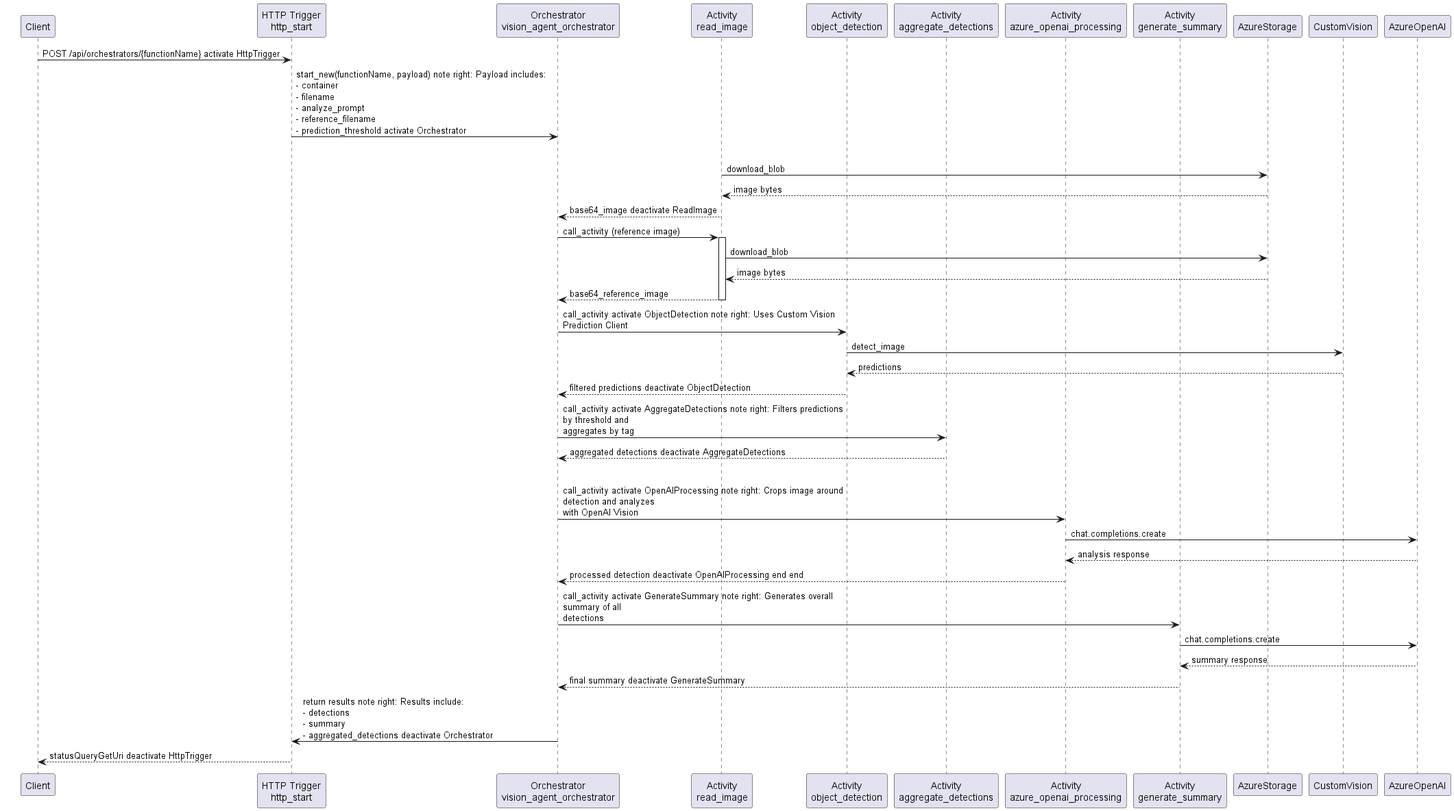
Above: function_app-deq-diag.png in embergershared/azure-ai-vision-agent-floorplans (PlantUML), before the change. Its diagram source:
```plantuml
@startuml

participant Client
participant "HTTP Trigger\nhttp_start" as HttpTrigger
participant "Orchestrator\nvision_agent_orchestrator" as Orchestrator
participant "Activity\nread_image" as ReadImage
participant "Activity\nobject_detection" as ObjectDetection
participant "Activity\naggregate_detections" as AggregateDetections
participant "Activity\nazure_openai_processing" as OpenAIProcessing
participant "Activity\ngenerate_summary" as GenerateSummary
participant AzureStorage
participant CustomVision
participant AzureOpenAI

Client -> HttpTrigger: POST /api/orchestrators/{functionName} activate HttpTrigger

HttpTrigger -> Orchestrator: start_new(functionName, payload) note right: Payload includes:\n- container\n- filename\n- analyze_prompt\n- reference_filename\n- prediction_threshold activate Orchestrator

par Read Images in Parallel Orchestrator -> ReadImage: call_activity (main image) activate ReadImage
ReadImage -> AzureStorage: download_blob
ReadImage <-- AzureStorage: image bytes
ReadImage --> Orchestrator: base64_image deactivate ReadImage

Orchestrator -> ReadImage: call_activity (reference image)
activate ReadImage
ReadImage -> AzureStorage: download_blob
ReadImage <-- AzureStorage: image bytes
ReadImage --> Orchestrator: base64_reference_image
deactivate ReadImage

Orchestrator -> ObjectDetection: call_activity activate ObjectDetection note right: Uses Custom Vision\nPrediction Client
ObjectDetection -> CustomVision: detect_image
ObjectDetection <-- CustomVision: predictions
Orchestrator <-- ObjectDetection: filtered predictions deactivate ObjectDetection

Orchestrator -> AggregateDetections: call_activity activate AggregateDetections note right: Filters predictions\nby threshold and\naggregates by tag
Orchestrator <-- AggregateDetections: aggregated detections deactivate AggregateDetections

par Process Detections in Parallel loop For each detection above threshold
Orchestrator -> OpenAIProcessing: call_activity activate OpenAIProcessing note right: Crops image around\ndetection and analyzes\nwith OpenAI Vision
OpenAIProcessing -> AzureOpenAI: chat.completions.create
OpenAIProcessing <-- AzureOpenAI: analysis response
Orchestrator <-- OpenAIProcessing: processed detection deactivate OpenAIProcessing end end

Orchestrator -> GenerateSummary: call_activity activate GenerateSummary note right: Generates overall\nsummary of all\ndetections
GenerateSummary -> AzureOpenAI: chat.completions.create
GenerateSummary <-- AzureOpenAI: summary response
Orchestrator <-- GenerateSummary: final summary deactivate GenerateSummary

Orchestrator -> HttpTrigger: return results note right: Results include:\n- detections\n- summary\n- aggregated_detections deactivate Orchestrator

Client <-- HttpTrigger: statusQueryGetUri deactivate HttpTrigger

@enduml
```
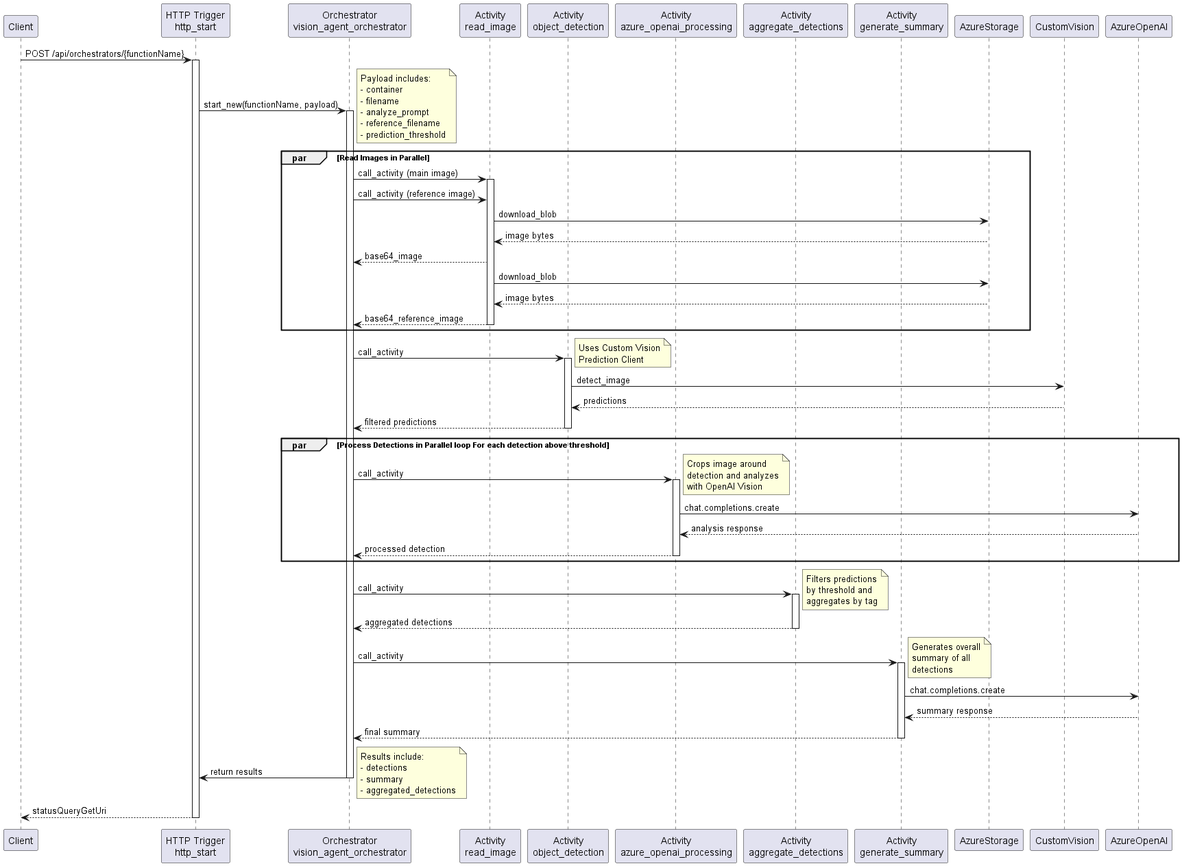
Above is the later version.

Commit message:
Added Durable Function UML sequence diagram

What changed in the source:
```diff
@@ -5,50 +5,71 @@
 participant "Orchestrator\nvision_agent_orchestrator" as Orchestrator
 participant "Activity\nread_image" as ReadImage
 participant "Activity\nobject_detection" as ObjectDetection
+participant "Activity\nazure_openai_processing" as OpenAIProcessing
 participant "Activity\naggregate_detections" as AggregateDetections
-participant "Activity\nazure_openai_processing" as OpenAIProcessing
 participant "Activity\ngenerate_summary" as GenerateSummary
 participant AzureStorage
 participant CustomVision
 participant AzureOpenAI
 
-Client -> HttpTrigger: POST /api/orchestrators/{functionName} activate HttpTrigger
+Client -> HttpTrigger: POST /api/orchestrators/{functionName}
+activate HttpTrigger
 
-HttpTrigger -> Orchestrator: start_new(functionName, payload) note right: Payload includes:\n- container\n- filename\n- analyze_prompt\n- reference_filename\n- prediction_threshold activate Orchestrator
+HttpTrigger -> Orchestrator: start_new(functionName, payload)
+note right: Payload includes:\n- container\n- filename\n- analyze_prompt\n- reference_filename\n- prediction_threshold
+activate Orchestrator
 
-par Read Images in Parallel Orchestrator -> ReadImage: call_activity (main image) activate ReadImage
+par Read Images in Parallel
+Orchestrator -> ReadImage: call_activity (main image)
+activate ReadImage
+Orchestrator -> ReadImage: call_activity (reference image)
 ReadImage -> AzureStorage: download_blob
 ReadImage <-- AzureStorage: image bytes
-ReadImage --> Orchestrator: base64_image deactivate ReadImage
+ReadImage --> Orchestrator: base64_image
 
-Orchestrator -> ReadImage: call_activity (reference image)
-activate ReadImage
 ReadImage -> AzureStorage: download_blob
 ReadImage <-- AzureStorage: image bytes
 ReadImage --> Orchestrator: base64_reference_image
 deactivate ReadImage
+end
 
-Orchestrator -> ObjectDetection: call_activity activate ObjectDetection note right: Uses Custom Vision\nPrediction Client
+Orchestrator -> ObjectDetection: call_activity
+activate ObjectDetection
+note right: Uses Custom Vision\nPrediction Client
 ObjectDetection -> CustomVision: detect_image
 ObjectDetection <-- CustomVision: predictions
-Orchestrator <-- ObjectDetection: filtered predictions deactivate ObjectDetection
-
-Orchestrator -> AggregateDetections: call_activity activate AggregateDetections note right: Filters predictions\nby threshold and\naggregates by tag
-Orchestrator <-- AggregateDetections: aggregated detections deactivate AggregateDetections
+Orchestrator <-- ObjectDetection: filtered predictions
+deactivate ObjectDetection
 
 par Process Detections in Parallel loop For each detection above threshold
-Orchestrator -> OpenAIProcessing: call_activity activate OpenAIProcessing note right: Crops image around\ndetection and analyzes\nwith OpenAI Vision
+Orchestrator -> OpenAIProcessing: call_activity
+activate OpenAIProcessing
+note right: Crops image around\ndetection and analyzes\nwith OpenAI Vision
 OpenAIProcessing -> AzureOpenAI: chat.completions.create
 OpenAIProcessing <-- AzureOpenAI: analysis response
-Orchestrator <-- OpenAIProcessing: processed detection deactivate OpenAIProcessing end end
+Orchestrator <-- OpenAIProcessing: processed detection
+deactivate OpenAIProcessing
+end
 
-Orchestrator -> GenerateSummary: call_activity activate GenerateSummary note right: Generates overall\nsummary of all\ndetections
+Orchestrator -> AggregateDetections: call_activity
+activate AggregateDetections
+note right: Filters predictions\nby threshold and\naggregates by tag
+Orchestrator <-- AggregateDetections: aggregated detections
+deactivate AggregateDetections
+
+Orchestrator -> GenerateSummary: call_activity
+activate GenerateSummary
+note right: Generates overall\nsummary of all\ndetections
 GenerateSummary -> AzureOpenAI: chat.completions.create
 GenerateSummary <-- AzureOpenAI: summary response
-Orchestrator <-- GenerateSummary: final summary deactivate GenerateSummary
+Orchestrator <-- GenerateSummary: final summary
+deactivate GenerateSummary
 
-Orchestrator -> HttpTrigger: return results note right: Results include:\n- detections\n- summary\n- aggregated_detections deactivate Orchestrator
+Orchestrator -> HttpTrigger: return results
+note right: Results include:\n- detections\n- summary\n- aggregated_detections
+deactivate Orchestrator
 
-Client <-- HttpTrigger: statusQueryGetUri deactivate HttpTrigger
+Client <-- HttpTrigger: statusQueryGetUri
+deactivate HttpTrigger
 
 @enduml
```
